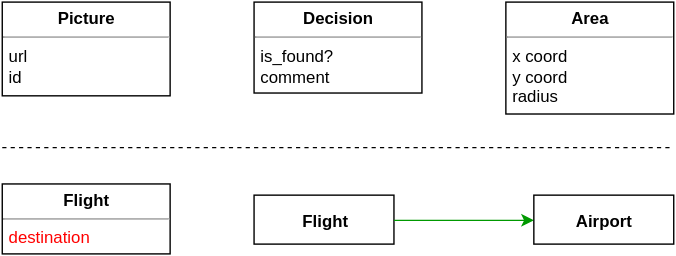
This is pictures/AstroCrowd-objects-model-attributes-ex1.svg from epquick/oop-slides, a draw.io export, as it was before one commit. Source tidied: cells renumbered, new cells last; positions are measured from the earlier drawing's top-left corner, leaving out a move shared by most shapes.
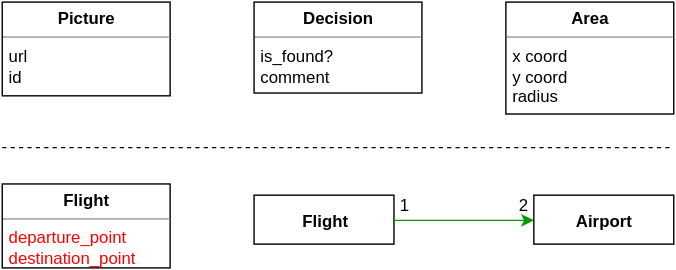
After the change.

Change to the diagram source:
```diff
@@ -14,8 +14,8 @@
     <mxCell id="5" style="line;html=1;strokeWidth=1;fillColor=none;align=left;verticalAlign=middle;spacingTop=-1;spacingLeft=3;spacingRight=3;labelPosition=right;dashed=1;" parent="1" vertex="1">
       <mxGeometry y="100" width="480" height="8" as="geometry" />
     </mxCell>
-    <mxCell id="6" value="&lt;p style=&quot;margin: 0px ; margin-top: 4px ; text-align: center&quot;&gt;&lt;b&gt;&lt;font color=&quot;#000000&quot;&gt;Flight&lt;/font&gt;&lt;/b&gt;&lt;/p&gt;&lt;hr size=&quot;1&quot;&gt;&lt;p style=&quot;margin: 0px ; margin-left: 4px&quot;&gt;&lt;span style=&quot;line-height: 1.2&quot;&gt;&lt;font color=&quot;#ff0000&quot;&gt;destination&lt;/font&gt;&lt;/span&gt;&lt;/p&gt;&lt;hr size=&quot;1&quot;&gt;&lt;p style=&quot;margin: 0px ; margin-left: 4px&quot;&gt;&lt;br&gt;&lt;/p&gt;" style="verticalAlign=top;align=left;overflow=fill;fontSize=12;fontFamily=Helvetica;html=1;strokeColor=#000000;fontColor=#CC0000;" parent="1" vertex="1">
-      <mxGeometry y="130" width="120" height="50" as="geometry" />
+    <mxCell id="6" value="&lt;p style=&quot;margin: 0px ; margin-top: 4px ; text-align: center&quot;&gt;&lt;b&gt;&lt;font color=&quot;#000000&quot;&gt;Flight&lt;/font&gt;&lt;/b&gt;&lt;/p&gt;&lt;hr size=&quot;1&quot;&gt;&lt;p style=&quot;margin: 0px ; margin-left: 4px&quot;&gt;&lt;span style=&quot;line-height: 1.2&quot;&gt;&lt;font color=&quot;#ff0000&quot;&gt;departure_point&lt;/font&gt;&lt;/span&gt;&lt;/p&gt;&lt;p style=&quot;margin: 0px ; margin-left: 4px&quot;&gt;&lt;span style=&quot;line-height: 1.2&quot;&gt;&lt;font color=&quot;#ff0000&quot;&gt;destination_point&lt;/font&gt;&lt;/span&gt;&lt;/p&gt;&lt;hr size=&quot;1&quot;&gt;&lt;p style=&quot;margin: 0px ; margin-left: 4px&quot;&gt;&lt;br&gt;&lt;/p&gt;" style="verticalAlign=top;align=left;overflow=fill;fontSize=12;fontFamily=Helvetica;html=1;strokeColor=#000000;fontColor=#CC0000;" parent="1" vertex="1">
+      <mxGeometry y="130" width="120" height="60" as="geometry" />
     </mxCell>
     <mxCell id="7" value="&lt;b&gt;Flight&lt;/b&gt;" style="whiteSpace=wrap;html=1;strokeColor=#000000;fontColor=#000000;" parent="1" vertex="1">
       <mxGeometry x="180" y="138" width="100" height="35" as="geometry" />
@@ -26,5 +26,14 @@
     <mxCell id="9" value="&lt;b&gt;Airport&lt;/b&gt;" style="whiteSpace=wrap;html=1;strokeColor=#000000;fontColor=#000000;" parent="1" vertex="1">
       <mxGeometry x="380" y="138" width="100" height="35" as="geometry" />
     </mxCell>
+    <mxCell id="10" value="1" style="text;html=1;strokeColor=none;fillColor=none;align=center;verticalAlign=middle;whiteSpace=wrap;" parent="1" vertex="1">
+      <mxGeometry x="282" y="135" width="10" height="20" as="geometry" />
+    </mxCell>
+    <mxCell id="11" value="2" style="text;html=1;strokeColor=none;fillColor=none;align=center;verticalAlign=middle;whiteSpace=wrap;" parent="1" vertex="1">
+      <mxGeometry x="367" y="135" width="10" height="20" as="geometry" />
+    </mxCell>
+    <mxCell id="12" style="edgeStyle=orthogonalEdgeStyle;rounded=0;html=1;exitX=0;exitY=0.5;entryX=0;entryY=0.5;dashed=1;endArrow=none;endFill=0;jettySize=auto;orthogonalLoop=1;strokeColor=#666666;" parent="1" edge="1" source="10" target="10">
+      <mxGeometry relative="1" as="geometry" />
+    </mxCell>
   </root>
 </mxGraphModel>
```
